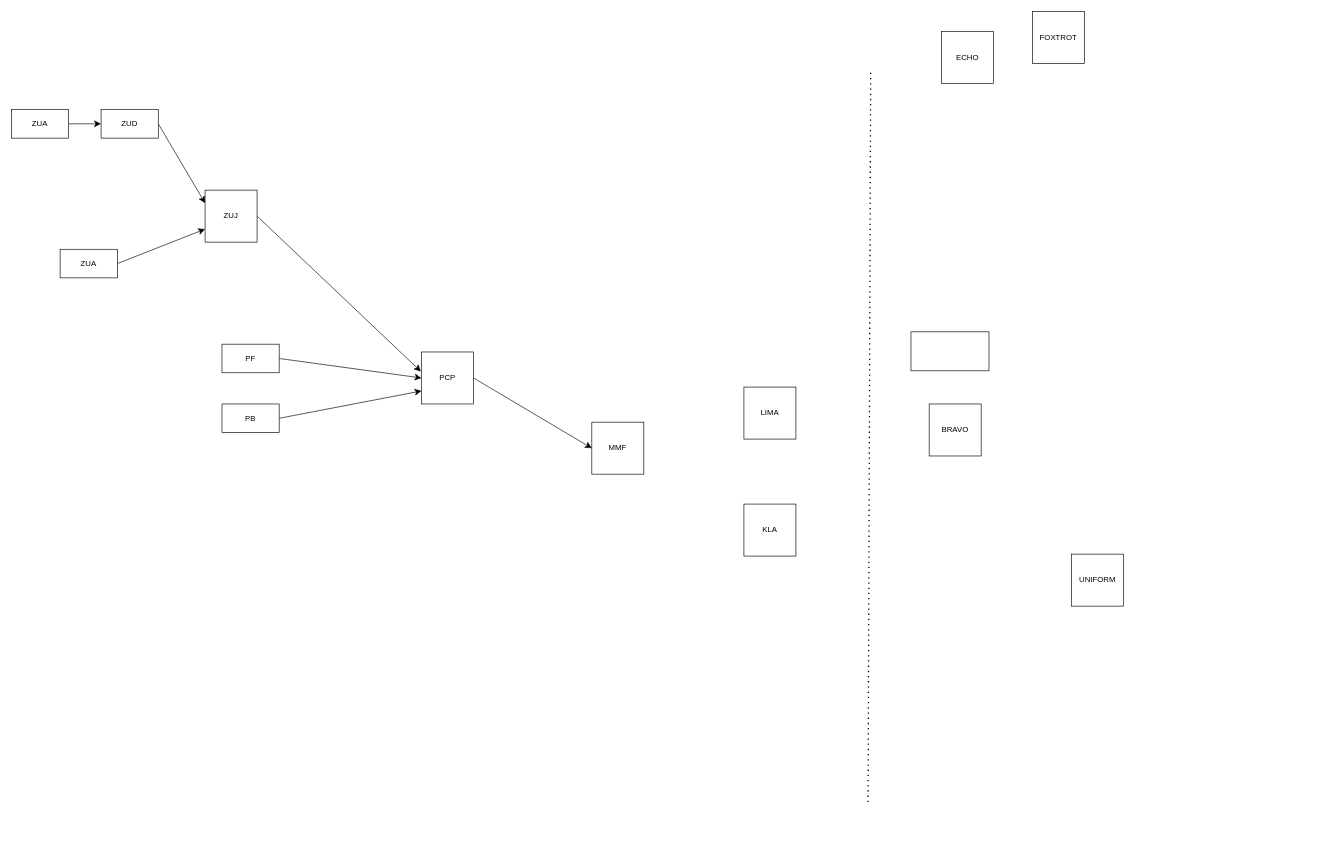
Before: Jaringan Pipa PHE ONWJ.drawio in radyadhika/radyadhika, a draw.io diagram. Source tidied: cells renumbered, new cells numbered last; positions are measured from the earlier drawing's top-left corner, leaving out a move shared by most shapes. Both pictures are drawn from the tidied source at 65%, with x=0, y=0 at pixel (11, 11).
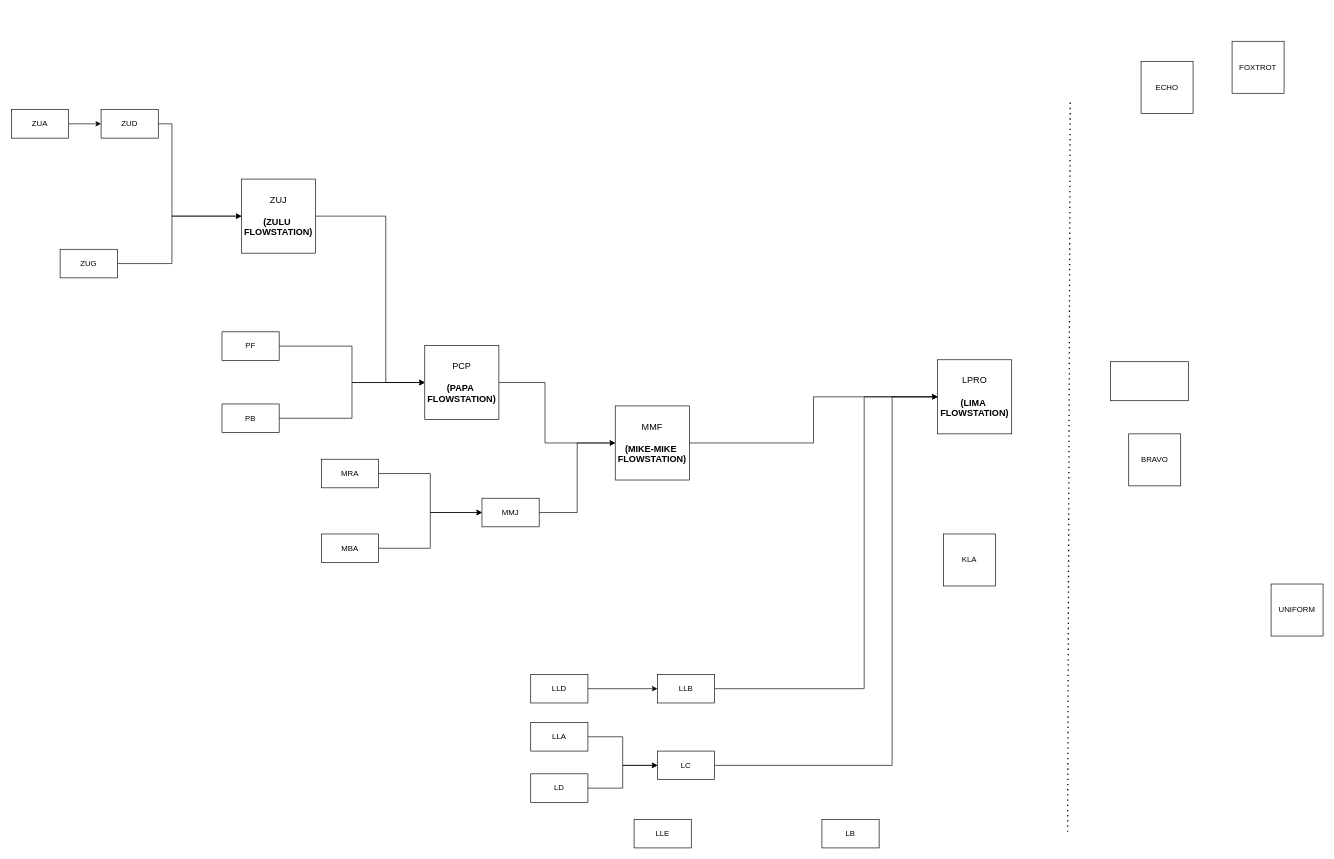
The same diagram, later.

Unchanged cells that the change refers to:
```xml
<mxCell id="16" value="ZUA" style="rounded=0;whiteSpace=wrap;html=1;" parent="1" vertex="1">
  <mxGeometry y="151" width="88" height="44" as="geometry" />
</mxCell>
<mxCell id="18" value="ZUD" style="rounded=0;whiteSpace=wrap;html=1;" parent="1" vertex="1">
  <mxGeometry x="138" y="151" width="88" height="44" as="geometry" />
</mxCell>
<mxCell id="24" value="PB" style="rounded=0;whiteSpace=wrap;html=1;" parent="1" vertex="1">
  <mxGeometry x="324" y="604" width="88" height="44" as="geometry" />
</mxCell>
```

What changed in the source:
```diff
@@
-    <mxCell id="2" style="edgeStyle=none;curved=1;rounded=0;jettySize=auto;html=1;exitX=1;exitY=0.5;exitDx=0;exitDy=0;fontSize=12;startSize=8;endSize=8;" parent="1" edge="1" source="3">
-      <mxGeometry relative="1" as="geometry">
-        <mxPoint x="630" y="554" as="targetPoint" />
-      </mxGeometry>
-    </mxCell>
+    <mxCell id="25" style="edgeStyle=orthogonalEdgeStyle;rounded=0;jettySize=auto;html=1;exitX=1;exitY=0.5;exitDx=0;exitDy=0;entryX=0;entryY=0.5;entryDx=0;entryDy=0;" parent="1" edge="1" source="3" target="37">
+      <mxGeometry relative="1" as="geometry">
+        <Array as="points">
+          <mxPoint x="576" y="315" />
+          <mxPoint x="576" y="571" />
+        </Array>
+      </mxGeometry>
+    </mxCell>
-    <mxCell id="3" value="ZUJ" style="whiteSpace=wrap;html=1;" parent="1" vertex="1">
-      <mxGeometry x="298" y="275" width="80" height="80" as="geometry" />
+    <mxCell id="3" value="&lt;font style=&quot;font-size: 14px;&quot;&gt;ZUJ&lt;/font&gt;&lt;div&gt;&lt;font style=&quot;font-size: 14px;&quot;&gt;&lt;br&gt;&lt;b&gt;&lt;font style=&quot;&quot;&gt;(ZULU&amp;nbsp;&lt;/font&gt;&lt;/b&gt;&lt;/font&gt;&lt;/div&gt;&lt;div&gt;&lt;b&gt;&lt;font style=&quot;font-size: 14px;&quot;&gt;FLOWSTATION)&lt;/font&gt;&lt;/b&gt;&lt;/div&gt;" style="whiteSpace=wrap;html=1;" parent="1" vertex="1">
+      <mxGeometry x="354" y="258" width="114" height="114" as="geometry" />
     </mxCell>
-    <mxCell id="4" style="edgeStyle=none;curved=1;rounded=0;jettySize=auto;html=1;exitX=1;exitY=0.5;exitDx=0;exitDy=0;entryX=0;entryY=0.5;entryDx=0;entryDy=0;fontSize=12;startSize=8;endSize=8;" parent="1" edge="1" source="5" target="6">
-      <mxGeometry relative="1" as="geometry" />
-    </mxCell>
-    <mxCell id="5" value="PCP" style="whiteSpace=wrap;html=1;" parent="1" vertex="1">
-      <mxGeometry x="631" y="524" width="80" height="80" as="geometry" />
-    </mxCell>
-    <mxCell id="6" value="MMF" style="whiteSpace=wrap;html=1;" parent="1" vertex="1">
-      <mxGeometry x="893" y="632" width="80" height="80" as="geometry" />
-    </mxCell>
-    <mxCell id="7" value="LIMA" style="whiteSpace=wrap;html=1;" parent="1" vertex="1">
-      <mxGeometry x="1127" y="578" width="80" height="80" as="geometry" />
-    </mxCell>
     <mxCell id="8" value="KLA" style="whiteSpace=wrap;html=1;" parent="1" vertex="1">
-      <mxGeometry x="1127" y="758" width="80" height="80" as="geometry" />
+      <mxGeometry x="1434" y="804" width="80" height="80" as="geometry" />
     </mxCell>
     <mxCell id="9" value="BRAVO" style="whiteSpace=wrap;html=1;" parent="1" vertex="1">
-      <mxGeometry x="1412" y="604" width="80" height="80" as="geometry" />
+      <mxGeometry x="1719" y="650" width="80" height="80" as="geometry" />
     </mxCell>
     <mxCell id="10" value="UNIFORM" style="whiteSpace=wrap;html=1;" parent="1" vertex="1">
-      <mxGeometry x="1631" y="835" width="80" height="80" as="geometry" />
+      <mxGeometry x="1938" y="881" width="80" height="80" as="geometry" />
     </mxCell>
     <mxCell id="11" value="ECHO" style="whiteSpace=wrap;html=1;" parent="1" vertex="1">
-      <mxGeometry x="1431" y="31" width="80" height="80" as="geometry" />
+      <mxGeometry x="1738" y="77" width="80" height="80" as="geometry" />
     </mxCell>
     <mxCell id="12" value="FOXTROT" style="whiteSpace=wrap;html=1;" parent="1" vertex="1">
-      <mxGeometry x="1571" width="80" height="80" as="geometry" />
+      <mxGeometry x="1878" y="46" width="80" height="80" as="geometry" />
     </mxCell>
     <mxCell id="13" style="endArrow=none;dashed=1;html=1;dashPattern=1 3;strokeWidth=2;rounded=0;fontSize=12;startSize=8;endSize=8;curved=1;" parent="1" edge="1">
       <mxGeometry relative="1" as="geometry">
-        <mxPoint x="1318" y="1216.3" as="sourcePoint" />
-        <mxPoint x="1322" y="92" as="targetPoint" />
+        <mxPoint x="1625" y="1262.3" as="sourcePoint" />
+        <mxPoint x="1629" y="138" as="targetPoint" />
       </mxGeometry>
     </mxCell>
     <mxCell id="14" style="rounded=0;whiteSpace=wrap;html=1;" parent="1" vertex="1">
-      <mxGeometry x="1384" y="493" width="120" height="60" as="geometry" />
+      <mxGeometry x="1691" y="539" width="120" height="60" as="geometry" />
     </mxCell>
-    <mxCell id="15" style="edgeStyle=none;curved=1;rounded=0;jettySize=auto;html=1;exitX=1;exitY=0.5;exitDx=0;exitDy=0;entryX=0;entryY=0.5;entryDx=0;entryDy=0;fontSize=12;startSize=8;endSize=8;" parent="1" edge="1" source="16" target="18">
+    <mxCell id="15" style="edgeStyle=orthogonalEdgeStyle;rounded=0;jettySize=auto;html=1;exitX=1;exitY=0.5;exitDx=0;exitDy=0;entryX=0;entryY=0.5;entryDx=0;entryDy=0;" parent="1" edge="1" source="16" target="18">
       <mxGeometry relative="1" as="geometry" />
     </mxCell>
@@
-    <mxCell id="17" style="edgeStyle=none;curved=1;rounded=0;jettySize=auto;html=1;exitX=1;exitY=0.5;exitDx=0;exitDy=0;entryX=0;entryY=0.25;entryDx=0;entryDy=0;fontSize=12;startSize=8;endSize=8;" parent="1" edge="1" source="18" target="3">
-      <mxGeometry relative="1" as="geometry" />
+    <mxCell id="17" style="edgeStyle=orthogonalEdgeStyle;rounded=0;jettySize=auto;html=1;exitX=1;exitY=0.5;exitDx=0;exitDy=0;entryX=0;entryY=0.5;entryDx=0;entryDy=0;" parent="1" edge="1" source="18" target="3">
+      <mxGeometry relative="1" as="geometry">
+        <Array as="points">
+          <mxPoint x="247" y="173" />
+          <mxPoint x="247" y="315" />
+        </Array>
+      </mxGeometry>
     </mxCell>
@@
-    <mxCell id="19" style="edgeStyle=none;curved=1;rounded=0;jettySize=auto;html=1;exitX=1;exitY=0.5;exitDx=0;exitDy=0;fontSize=12;startSize=8;endSize=8;entryX=0;entryY=0.75;entryDx=0;entryDy=0;" parent="1" edge="1" source="20" target="3">
-      <mxGeometry relative="1" as="geometry" />
+    <mxCell id="19" style="edgeStyle=orthogonalEdgeStyle;rounded=0;jettySize=auto;html=1;exitX=1;exitY=0.5;exitDx=0;exitDy=0;entryX=0;entryY=0.5;entryDx=0;entryDy=0;" parent="1" edge="1" source="20" target="3">
+      <mxGeometry relative="1" as="geometry">
+        <Array as="points">
+          <mxPoint x="247" y="388" />
+          <mxPoint x="247" y="315" />
+        </Array>
+      </mxGeometry>
     </mxCell>
-    <mxCell id="20" value="ZUA" style="rounded=0;whiteSpace=wrap;html=1;" parent="1" vertex="1">
+    <mxCell id="20" value="ZUG" style="rounded=0;whiteSpace=wrap;html=1;" parent="1" vertex="1">
       <mxGeometry x="75" y="366" width="88" height="44" as="geometry" />
     </mxCell>
-    <mxCell id="21" style="edgeStyle=none;curved=1;rounded=0;jettySize=auto;html=1;exitX=1;exitY=0.5;exitDx=0;exitDy=0;entryX=0;entryY=0.5;entryDx=0;entryDy=0;fontSize=12;startSize=8;endSize=8;" parent="1" edge="1" source="22" target="5">
-      <mxGeometry relative="1" as="geometry" />
-    </mxCell>
+    <mxCell id="26" style="edgeStyle=orthogonalEdgeStyle;rounded=0;jettySize=auto;html=1;exitX=1;exitY=0.5;exitDx=0;exitDy=0;entryX=0;entryY=0.5;entryDx=0;entryDy=0;" parent="1" edge="1" source="22" target="37">
+      <mxGeometry relative="1" as="geometry" />
+    </mxCell>
     <mxCell id="22" value="PF" style="rounded=0;whiteSpace=wrap;html=1;" parent="1" vertex="1">
-      <mxGeometry x="324" y="512" width="88" height="44" as="geometry" />
+      <mxGeometry x="324" y="493" width="88" height="44" as="geometry" />
     </mxCell>
-    <mxCell id="23" style="edgeStyle=none;curved=1;rounded=0;jettySize=auto;html=1;exitX=1;exitY=0.5;exitDx=0;exitDy=0;entryX=0;entryY=0.75;entryDx=0;entryDy=0;fontSize=12;startSize=8;endSize=8;" parent="1" edge="1" source="24" target="5">
-      <mxGeometry relative="1" as="geometry" />
-    </mxCell>
+    <mxCell id="27" style="edgeStyle=orthogonalEdgeStyle;rounded=0;jettySize=auto;html=1;exitX=1;exitY=0.5;exitDx=0;exitDy=0;entryX=0;entryY=0.5;entryDx=0;entryDy=0;" parent="1" edge="1" source="24" target="37">
+      <mxGeometry relative="1" as="geometry" />
+    </mxCell>
@@
+    <mxCell id="28" style="edgeStyle=orthogonalEdgeStyle;rounded=0;jettySize=auto;html=1;exitX=1;exitY=0.5;exitDx=0;exitDy=0;entryX=0;entryY=0.5;entryDx=0;entryDy=0;" parent="1" edge="1" source="29" target="35">
+      <mxGeometry relative="1" as="geometry" />
+    </mxCell>
+    <mxCell id="29" value="MMJ" style="rounded=0;whiteSpace=wrap;html=1;" parent="1" vertex="1">
+      <mxGeometry x="724" y="749" width="88" height="44" as="geometry" />
+    </mxCell>
+    <mxCell id="30" style="edgeStyle=orthogonalEdgeStyle;rounded=0;jettySize=auto;html=1;exitX=1;exitY=0.5;exitDx=0;exitDy=0;entryX=0;entryY=0.5;entryDx=0;entryDy=0;" parent="1" edge="1" source="31" target="29">
+      <mxGeometry relative="1" as="geometry" />
+    </mxCell>
+    <mxCell id="31" value="MRA" style="rounded=0;whiteSpace=wrap;html=1;" parent="1" vertex="1">
+      <mxGeometry x="477" y="689" width="88" height="44" as="geometry" />
+    </mxCell>
+    <mxCell id="32" style="edgeStyle=orthogonalEdgeStyle;rounded=0;jettySize=auto;html=1;exitX=1;exitY=0.5;exitDx=0;exitDy=0;entryX=0;entryY=0.5;entryDx=0;entryDy=0;" parent="1" edge="1" source="33" target="29">
+      <mxGeometry relative="1" as="geometry" />
+    </mxCell>
+    <mxCell id="33" value="MBA" style="rounded=0;whiteSpace=wrap;html=1;" parent="1" vertex="1">
+      <mxGeometry x="477" y="804" width="88" height="44" as="geometry" />
+    </mxCell>
+    <mxCell id="34" style="edgeStyle=orthogonalEdgeStyle;rounded=0;jettySize=auto;html=1;entryX=0;entryY=0.5;entryDx=0;entryDy=0;" parent="1" edge="1" source="35" target="38">
+      <mxGeometry relative="1" as="geometry" />
+    </mxCell>
+    <mxCell id="35" value="&lt;span style=&quot;font-size: 14px;&quot;&gt;MMF&lt;/span&gt;&lt;br&gt;&lt;div&gt;&lt;font style=&quot;font-size: 14px;&quot;&gt;&lt;br&gt;&lt;b&gt;&lt;font style=&quot;&quot;&gt;(MIKE-MIKE&amp;nbsp;&lt;/font&gt;&lt;/b&gt;&lt;/font&gt;&lt;/div&gt;&lt;div&gt;&lt;b&gt;&lt;font style=&quot;font-size: 14px;&quot;&gt;FLOWSTATION)&lt;/font&gt;&lt;/b&gt;&lt;/div&gt;" style="whiteSpace=wrap;html=1;" parent="1" vertex="1">
+      <mxGeometry x="929" y="607" width="114" height="114" as="geometry" />
+    </mxCell>
+    <mxCell id="36" style="edgeStyle=orthogonalEdgeStyle;rounded=0;jettySize=auto;html=1;exitX=1;exitY=0.5;exitDx=0;exitDy=0;entryX=0;entryY=0.5;entryDx=0;entryDy=0;" parent="1" edge="1" source="37" target="35">
+      <mxGeometry relative="1" as="geometry">
+        <Array as="points">
+          <mxPoint x="821" y="571" />
+          <mxPoint x="821" y="664" />
+        </Array>
+      </mxGeometry>
+    </mxCell>
+    <mxCell id="37" value="&lt;span style=&quot;font-size: 14px;&quot;&gt;PCP&lt;/span&gt;&lt;br&gt;&lt;div&gt;&lt;font style=&quot;font-size: 14px;&quot;&gt;&lt;br&gt;&lt;b&gt;&lt;font style=&quot;&quot;&gt;(PAPA&amp;nbsp;&lt;/font&gt;&lt;/b&gt;&lt;/font&gt;&lt;/div&gt;&lt;div&gt;&lt;b&gt;&lt;font style=&quot;font-size: 14px;&quot;&gt;FLOWSTATION)&lt;/font&gt;&lt;/b&gt;&lt;/div&gt;" style="whiteSpace=wrap;html=1;" parent="1" vertex="1">
+      <mxGeometry x="636" y="514" width="114" height="114" as="geometry" />
+    </mxCell>
+    <mxCell id="38" value="&lt;span style=&quot;font-size: 14px;&quot;&gt;LPRO&lt;/span&gt;&lt;br&gt;&lt;div&gt;&lt;font style=&quot;font-size: 14px;&quot;&gt;&lt;br&gt;&lt;b&gt;&lt;font style=&quot;&quot;&gt;(LIMA&amp;nbsp;&lt;/font&gt;&lt;/b&gt;&lt;/font&gt;&lt;/div&gt;&lt;div&gt;&lt;b&gt;&lt;font style=&quot;font-size: 14px;&quot;&gt;FLOWSTATION)&lt;/font&gt;&lt;/b&gt;&lt;/div&gt;" style="whiteSpace=wrap;html=1;" parent="1" vertex="1">
+      <mxGeometry x="1425" y="536" width="114" height="114" as="geometry" />
+    </mxCell>
+    <mxCell id="39" style="edgeStyle=orthogonalEdgeStyle;rounded=0;jettySize=auto;html=1;" parent="1" edge="1" source="40" target="47">
+      <mxGeometry relative="1" as="geometry" />
+    </mxCell>
+    <mxCell id="40" value="LLA" style="rounded=0;whiteSpace=wrap;html=1;" parent="1" vertex="1">
+      <mxGeometry x="799" y="1094" width="88" height="44" as="geometry" />
+    </mxCell>
+    <mxCell id="41" style="edgeStyle=orthogonalEdgeStyle;rounded=0;jettySize=auto;html=1;entryX=0;entryY=0.5;entryDx=0;entryDy=0;" parent="1" edge="1" source="42" target="44">
+      <mxGeometry relative="1" as="geometry" />
+    </mxCell>
+    <mxCell id="42" value="LLD" style="rounded=0;whiteSpace=wrap;html=1;" parent="1" vertex="1">
+      <mxGeometry x="799" y="1020" width="88" height="44" as="geometry" />
+    </mxCell>
+    <mxCell id="43" style="edgeStyle=orthogonalEdgeStyle;rounded=0;jettySize=auto;html=1;exitX=1;exitY=0.5;exitDx=0;exitDy=0;entryX=0;entryY=0.5;entryDx=0;entryDy=0;" parent="1" edge="1" source="44" target="38">
+      <mxGeometry relative="1" as="geometry">
+        <Array as="points">
+          <mxPoint x="1312" y="1042" />
+          <mxPoint x="1312" y="593" />
+        </Array>
+      </mxGeometry>
+    </mxCell>
+    <mxCell id="44" value="LLB" style="rounded=0;whiteSpace=wrap;html=1;" parent="1" vertex="1">
+      <mxGeometry x="994" y="1020" width="88" height="44" as="geometry" />
+    </mxCell>
+    <mxCell id="45" value="LLE" style="rounded=0;whiteSpace=wrap;html=1;" parent="1" vertex="1">
+      <mxGeometry x="958" y="1243" width="88" height="44" as="geometry" />
+    </mxCell>
+    <mxCell id="46" style="edgeStyle=orthogonalEdgeStyle;rounded=0;jettySize=auto;html=1;entryX=0;entryY=0.5;entryDx=0;entryDy=0;" parent="1" edge="1" source="47" target="38">
+      <mxGeometry relative="1" as="geometry">
+        <Array as="points">
+          <mxPoint x="1355" y="1160" />
+          <mxPoint x="1355" y="593" />
+        </Array>
+      </mxGeometry>
+    </mxCell>
+    <mxCell id="47" value="LC" style="rounded=0;whiteSpace=wrap;html=1;" parent="1" vertex="1">
+      <mxGeometry x="994" y="1138" width="88" height="44" as="geometry" />
+    </mxCell>
+    <mxCell id="48" style="edgeStyle=orthogonalEdgeStyle;rounded=0;jettySize=auto;html=1;exitX=1;exitY=0.5;exitDx=0;exitDy=0;entryX=0;entryY=0.5;entryDx=0;entryDy=0;" parent="1" edge="1" source="49" target="47">
+      <mxGeometry relative="1" as="geometry" />
+    </mxCell>
+    <mxCell id="49" value="LD" style="rounded=0;whiteSpace=wrap;html=1;" parent="1" vertex="1">
+      <mxGeometry x="799" y="1173" width="88" height="44" as="geometry" />
+    </mxCell>
+    <mxCell id="50" value="LB" style="rounded=0;whiteSpace=wrap;html=1;" parent="1" vertex="1">
+      <mxGeometry x="1247" y="1243" width="88" height="44" as="geometry" />
+    </mxCell>
```
